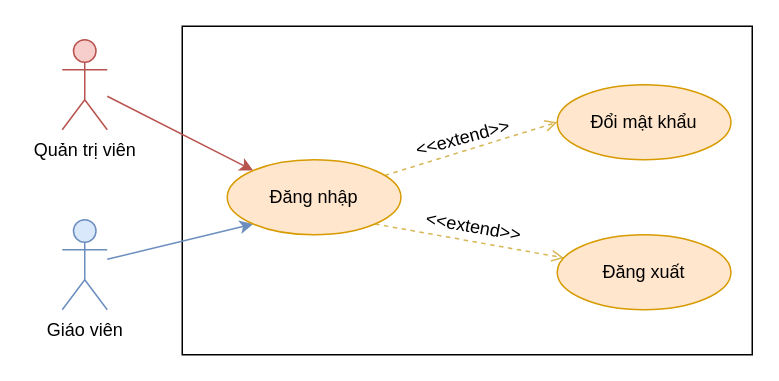
This is Documents/draw/usecase/phan-ra/phan-ra-dang-nhap.drawio from copecute/do-an-tot-nghiep, a draw.io file, before an edit. Source tidied: cells renumbered, new cells numbered last; positions are measured from the earlier drawing's top-left corner, leaving out a move shared by most shapes. Both pictures are drawn from the tidied source at 150%, with x=0, y=0 at pixel (62, 26).
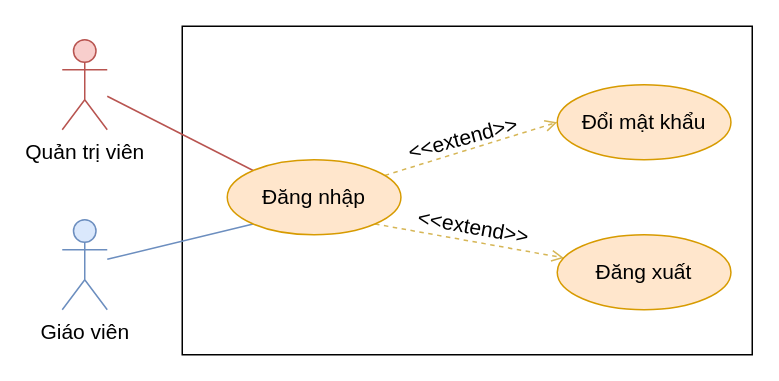
After the change.

The edit, as a diff of the source:
```diff
@@
 <mxGraphModel>
   <root>
     <mxCell id="0" />
     <mxCell id="1" parent="0" />
-    <mxCell id="2" style="rounded=0;whiteSpace=wrap;html=1;" parent="1" vertex="1">
+    <mxCell id="2" style="rounded=0;whiteSpace=wrap;html=1;fontSize=14;" parent="1" vertex="1">
       <mxGeometry x="80" width="380" height="219" as="geometry" />
     </mxCell>
-    <mxCell id="3" style="rounded=0;jettySize=auto;html=1;entryX=0;entryY=0;entryDx=0;entryDy=0;fillColor=#f8cecc;strokeColor=#b85450;" parent="1" edge="1" source="4" target="9">
+    <mxCell id="3" style="rounded=0;jettySize=auto;html=1;entryX=0;entryY=0;entryDx=0;entryDy=0;fillColor=#f8cecc;strokeColor=#b85450;fontSize=14;endArrow=none;startFill=0;" parent="1" edge="1" source="4" target="9">
       <mxGeometry relative="1" as="geometry" />
     </mxCell>
-    <mxCell id="4" value="Quản trị viên" style="shape=umlActor;verticalLabelPosition=bottom;verticalAlign=top;html=1;outlineConnect=0;fillColor=#f8cecc;strokeColor=#b85450;" parent="1" vertex="1">
+    <mxCell id="4" value="Quản trị viên" style="shape=umlActor;verticalLabelPosition=bottom;verticalAlign=top;html=1;outlineConnect=0;fillColor=#f8cecc;strokeColor=#b85450;fontSize=14;" parent="1" vertex="1">
       <mxGeometry y="9" width="30" height="60" as="geometry" />
     </mxCell>
-    <mxCell id="5" style="rounded=0;jettySize=auto;html=1;entryX=0;entryY=1;entryDx=0;entryDy=0;fillColor=#dae8fc;strokeColor=#6c8ebf;" parent="1" edge="1" source="6" target="9">
+    <mxCell id="5" style="rounded=0;jettySize=auto;html=1;entryX=0;entryY=1;entryDx=0;entryDy=0;fillColor=#dae8fc;strokeColor=#6c8ebf;fontSize=14;endArrow=none;startFill=0;" parent="1" edge="1" source="6" target="9">
       <mxGeometry relative="1" as="geometry" />
     </mxCell>
-    <mxCell id="6" value="Giáo viên" style="shape=umlActor;verticalLabelPosition=bottom;verticalAlign=top;html=1;outlineConnect=0;fillColor=#dae8fc;strokeColor=#6c8ebf;" parent="1" vertex="1">
+    <mxCell id="6" value="Giáo viên" style="shape=umlActor;verticalLabelPosition=bottom;verticalAlign=top;html=1;outlineConnect=0;fillColor=#dae8fc;strokeColor=#6c8ebf;fontSize=14;" parent="1" vertex="1">
       <mxGeometry y="129" width="30" height="60" as="geometry" />
     </mxCell>
-    <mxCell id="7" style="rounded=0;jettySize=auto;html=1;entryX=0;entryY=0.5;entryDx=0;entryDy=0;dashed=1;fillColor=#fff2cc;strokeColor=#d6b656;endArrow=open;endFill=0;" parent="1" edge="1" source="9" target="10">
+    <mxCell id="7" style="rounded=0;jettySize=auto;html=1;entryX=0;entryY=0.5;entryDx=0;entryDy=0;dashed=1;fillColor=#fff2cc;strokeColor=#d6b656;endArrow=open;endFill=0;fontSize=14;" parent="1" edge="1" source="9" target="10">
       <mxGeometry relative="1" as="geometry" />
     </mxCell>
-    <mxCell id="8" style="rounded=0;jettySize=auto;html=1;exitX=1;exitY=1;exitDx=0;exitDy=0;dashed=1;fillColor=#fff2cc;strokeColor=#d6b656;endArrow=open;endFill=0;" parent="1" edge="1" source="9" target="12">
+    <mxCell id="8" style="rounded=0;jettySize=auto;html=1;exitX=1;exitY=1;exitDx=0;exitDy=0;dashed=1;fillColor=#fff2cc;strokeColor=#d6b656;endArrow=open;endFill=0;fontSize=14;" parent="1" edge="1" source="9" target="12">
       <mxGeometry relative="1" as="geometry" />
     </mxCell>
-    <mxCell id="9" value="Đăng nhập" style="ellipse;whiteSpace=wrap;html=1;fillColor=#ffe6cc;strokeColor=#d79b00;" parent="1" vertex="1">
+    <mxCell id="9" value="Đăng nhập" style="ellipse;whiteSpace=wrap;html=1;fillColor=#ffe6cc;strokeColor=#d79b00;fontSize=14;" parent="1" vertex="1">
       <mxGeometry x="110" y="89" width="115.8" height="50" as="geometry" />
     </mxCell>
-    <mxCell id="10" value="Đổi mật khẩu" style="ellipse;whiteSpace=wrap;html=1;fillColor=#ffe6cc;strokeColor=#d79b00;" parent="1" vertex="1">
+    <mxCell id="10" value="Đổi mật khẩu" style="ellipse;whiteSpace=wrap;html=1;fillColor=#ffe6cc;strokeColor=#d79b00;fontSize=14;" parent="1" vertex="1">
       <mxGeometry x="330" y="39" width="115.8" height="50" as="geometry" />
     </mxCell>
-    <mxCell id="11" value="&amp;lt;&amp;lt;extend&amp;gt;&amp;gt;" style="text;html=1;align=center;verticalAlign=middle;strokeColor=none;fillColor=none;rotation=-15;" parent="1" vertex="1">
-      <mxGeometry x="221.8" y="60" width="90" height="30" as="geometry" />
+    <mxCell id="11" value="&amp;lt;&amp;lt;extend&amp;gt;&amp;gt;" style="text;html=1;align=center;verticalAlign=middle;strokeColor=none;fillColor=none;rotation=-15;fontSize=14;" parent="1" vertex="1">
+      <mxGeometry x="216.8" y="60" width="100" height="30" as="geometry" />
     </mxCell>
-    <mxCell id="12" value="Đăng xuất" style="ellipse;whiteSpace=wrap;html=1;fillColor=#ffe6cc;strokeColor=#d79b00;" parent="1" vertex="1">
+    <mxCell id="12" value="Đăng xuất" style="ellipse;whiteSpace=wrap;html=1;fillColor=#ffe6cc;strokeColor=#d79b00;fontSize=14;" parent="1" vertex="1">
       <mxGeometry x="330" y="139" width="115.8" height="50" as="geometry" />
     </mxCell>
-    <mxCell id="13" value="&amp;lt;&amp;lt;extend&amp;gt;&amp;gt;" style="text;html=1;align=center;verticalAlign=middle;strokeColor=none;fillColor=none;rotation=10;" parent="1" vertex="1">
-      <mxGeometry x="228.8" y="119" width="90" height="30" as="geometry" />
+    <mxCell id="13" value="&amp;lt;&amp;lt;extend&amp;gt;&amp;gt;" style="text;html=1;align=center;verticalAlign=middle;strokeColor=none;fillColor=none;rotation=10;fontSize=14;" parent="1" vertex="1">
+      <mxGeometry x="223.8" y="119" width="100" height="30" as="geometry" />
     </mxCell>
   </root>
 </mxGraphModel>
```
